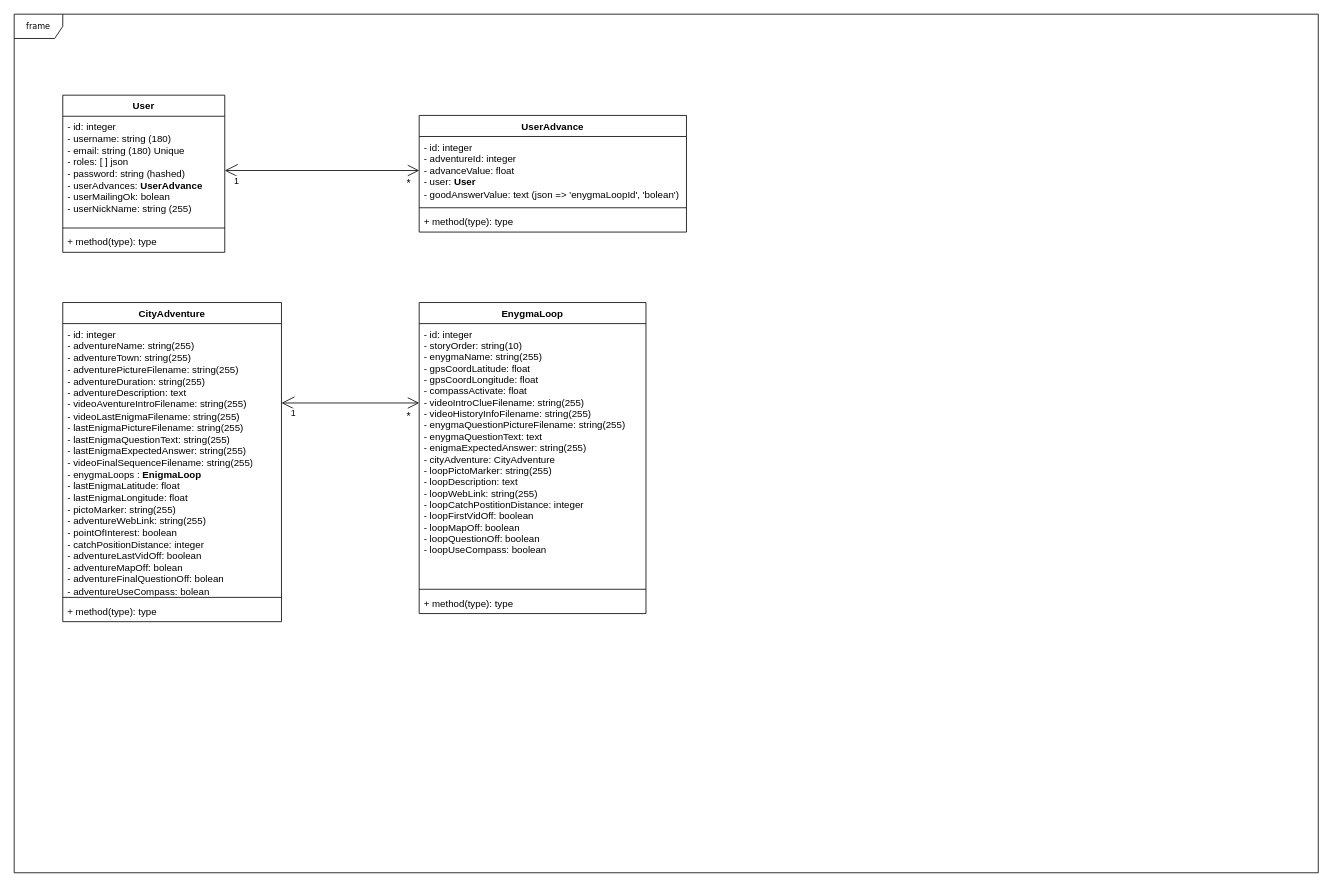
Above: entites.drawio in dlaxcess/citygmaUML (draw.io), before the change. Source tidied: cells renumbered, new cells numbered last; positions are measured from the earlier drawing's top-left corner, leaving out a move shared by most shapes. Both pictures are drawn from the tidied source at 81%, with x=0, y=0 at pixel (14, 14).
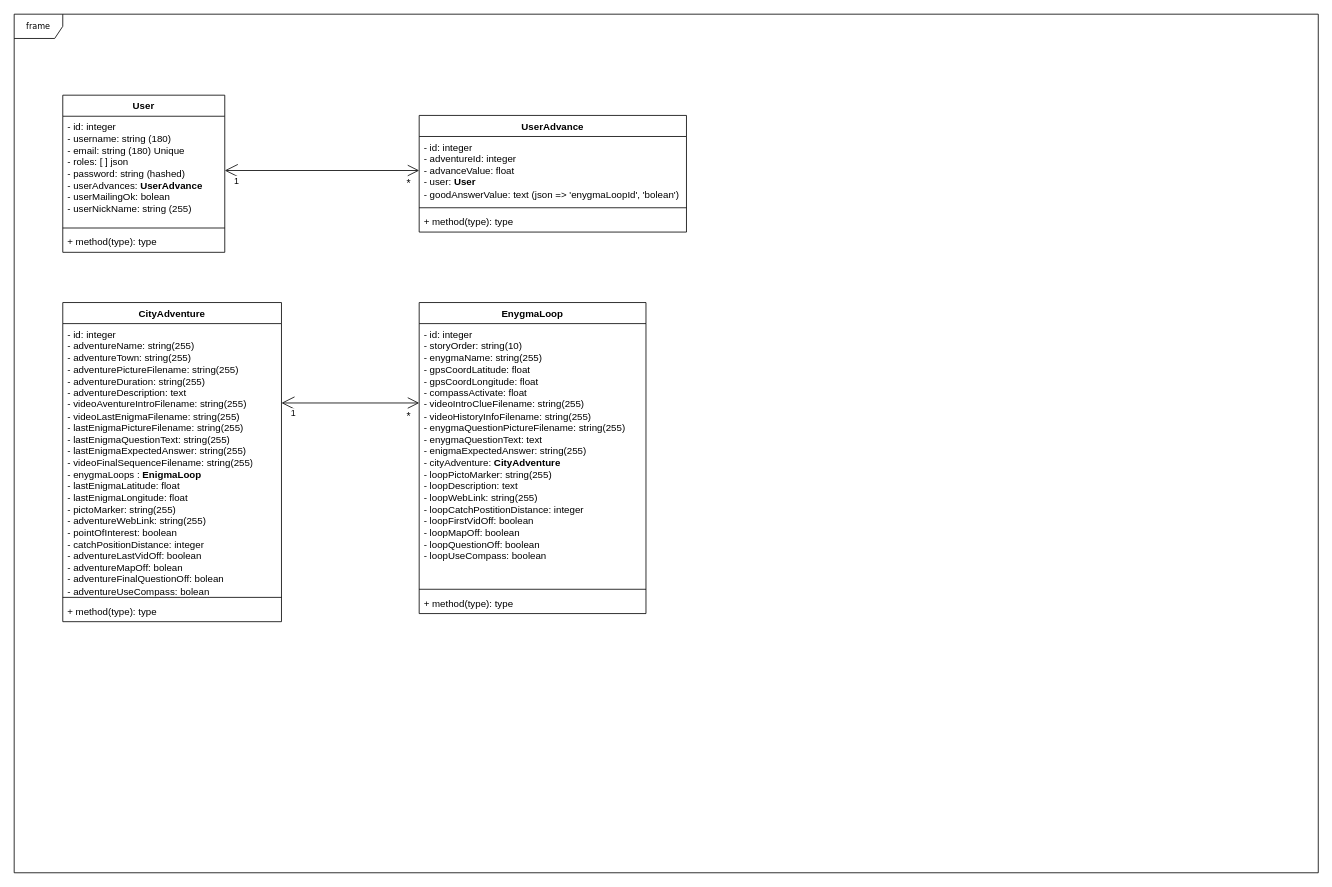
Above is the later version.

The change refers to these unchanged cells:
```xml
<mxCell id="18" value="EnygmaLoop" style="swimlane;fontStyle=1;align=center;verticalAlign=top;horizontal=1;startSize=26;" parent="1" vertex="1">
  <mxGeometry x="500" y="356" width="280" height="384" as="geometry" />
</mxCell>
```

Diff of the diagram source:
```diff
@@
-    <mxCell id="19" value="- id: integer&#10;- storyOrder: string(10)&#10;- enygmaName: string(255)&#10;- gpsCoordLatitude: float&#10;- gpsCoordLongitude: float&#10;- compassActivate: float&#10;- videoIntroClueFilename: string(255)&#10;- videoHistoryInfoFilename: string(255)&#10;- enygmaQuestionPictureFilename: string(255)&#10;- enygmaQuestionText: text&#10;- enigmaExpectedAnswer: string(255)&#10;- cityAdventure: CityAdventure&#10;- loopPictoMarker: string(255)&#10;- loopDescription: text&#10;- loopWebLink: string(255)&#10;- loopCatchPostitionDistance: integer&#10;- loopFirstVidOff: boolean&#10;- loopMapOff: boolean&#10;- loopQuestionOff: boolean&#10;- loopUseCompass: boolean" style="text;strokeColor=none;fillColor=none;align=left;verticalAlign=top;spacingLeft=4;spacingRight=4;overflow=hidden;" parent="18" vertex="1">
+    <mxCell id="19" value="- id: integer&lt;br&gt;- storyOrder: string(10)&lt;br&gt;- enygmaName: string(255)&lt;br&gt;- gpsCoordLatitude: float&lt;br&gt;- gpsCoordLongitude: float&lt;br&gt;- compassActivate: float&lt;br&gt;- videoIntroClueFilename: string(255)&lt;br&gt;- videoHistoryInfoFilename: string(255)&lt;br&gt;- enygmaQuestionPictureFilename: string(255)&lt;br&gt;- enygmaQuestionText: text&lt;br&gt;- enigmaExpectedAnswer: string(255)&lt;br&gt;- cityAdventure: &lt;b&gt;CityAdventure&lt;/b&gt;&lt;br&gt;- loopPictoMarker: string(255)&lt;br&gt;- loopDescription: text&lt;br&gt;- loopWebLink: string(255)&lt;br&gt;- loopCatchPostitionDistance: integer&lt;br&gt;- loopFirstVidOff: boolean&lt;br&gt;- loopMapOff: boolean&lt;br&gt;- loopQuestionOff: boolean&lt;br&gt;- loopUseCompass: boolean" style="text;strokeColor=none;fillColor=none;align=left;verticalAlign=top;spacingLeft=4;spacingRight=4;overflow=hidden;html=1;" parent="18" vertex="1">
       <mxGeometry y="26" width="280" height="324" as="geometry" />
     </mxCell>
```
